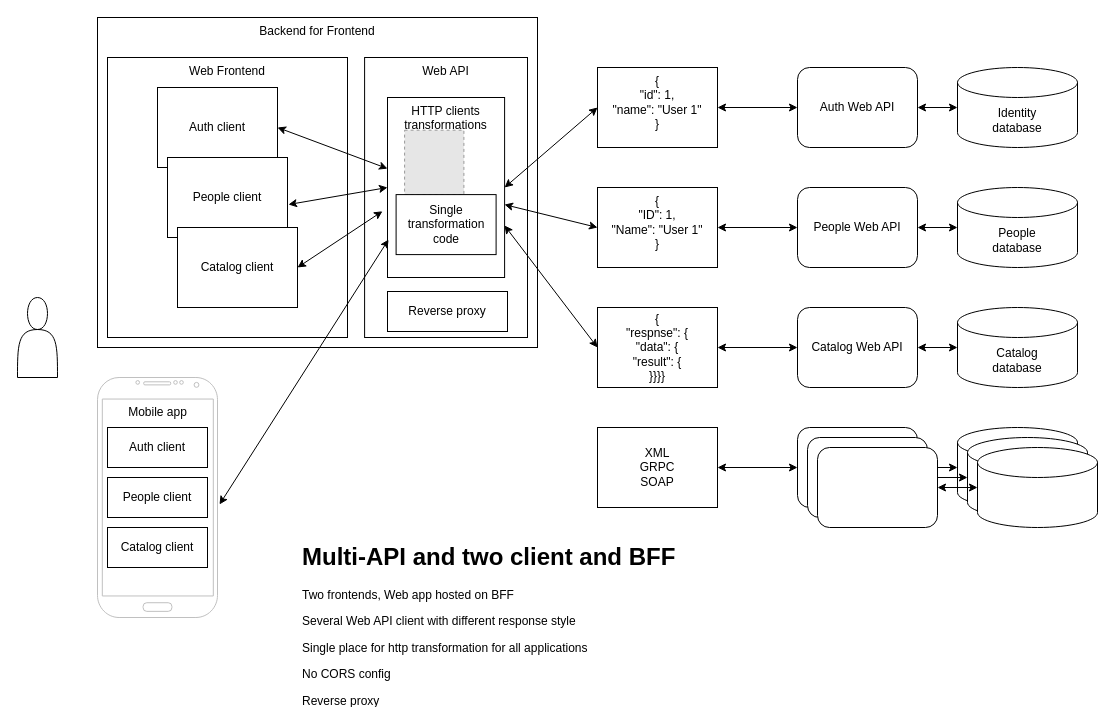
Above: page "4 - BFF" (4 of 4) of arch/Diagram.drawio in andtkach/FrontendStarter (draw.io), before the change. Source tidied: cells renumbered, new cells numbered last; positions are measured from the earlier drawing's top-left corner, leaving out a move shared by most shapes. Both pictures are drawn from the tidied source at 100%, with x=0, y=0 at pixel (17, 17). Pictures stored in the file or linked from it are replaced by grey dashed boxes.
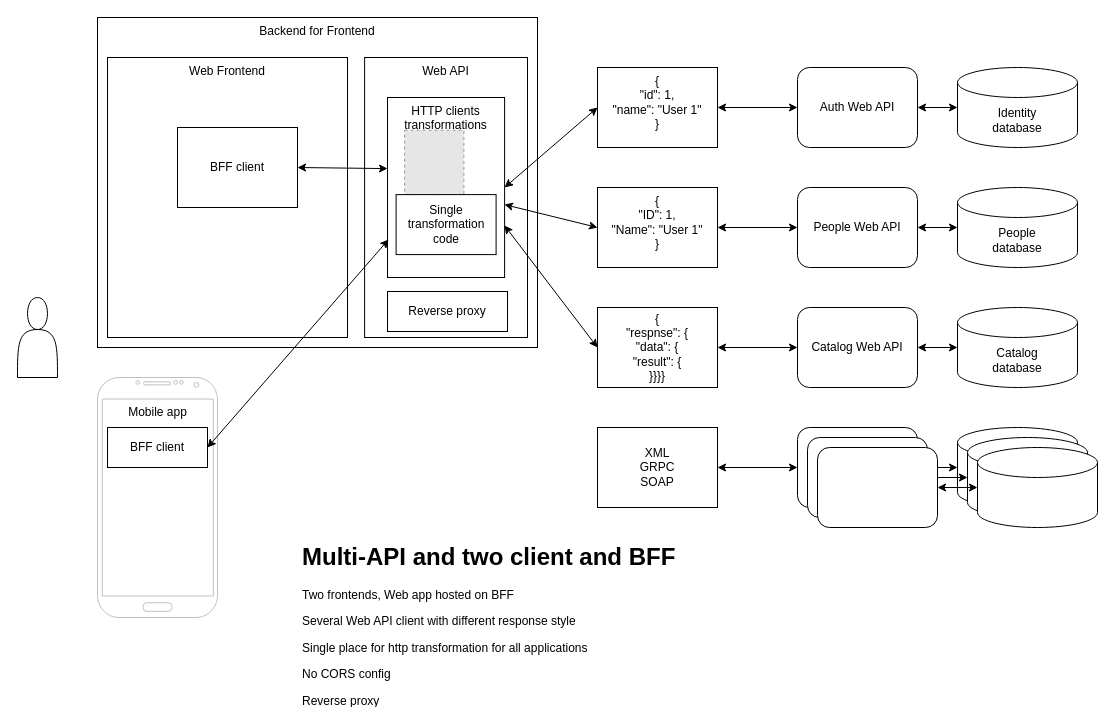
Above is the later version.

The change refers to these unchanged cells:
```xml
<mxCell id="30" style="verticalLabelPosition=bottom;verticalAlign=top;html=1;shadow=0;dashed=0;strokeWidth=1;shape=mxgraph.android.phone2;strokeColor=#c0c0c0;" parent="1" vertex="1">
  <mxGeometry x="80" y="360" width="120" height="240" as="geometry" />
</mxCell>
<mxCell id="40" value="HTTP clients&lt;br&gt;transformations" style="rounded=0;whiteSpace=wrap;html=1;verticalAlign=top;" parent="39" vertex="1">
  <mxGeometry width="117.1" height="180" as="geometry" />
</mxCell>
```

What changed in the source:
```diff
@@
-    <mxCell id="27" value="Auth client" style="rounded=0;whiteSpace=wrap;html=1;" parent="1" vertex="1">
-      <mxGeometry x="140" y="70" width="120" height="80" as="geometry" />
+    <mxCell id="27" value="BFF client" style="rounded=0;whiteSpace=wrap;html=1;" parent="1" vertex="1">
+      <mxGeometry x="160" y="110" width="120" height="80" as="geometry" />
     </mxCell>
-    <mxCell id="28" value="People client" style="rounded=0;whiteSpace=wrap;html=1;" parent="1" vertex="1">
-      <mxGeometry x="150" y="140" width="120" height="80" as="geometry" />
-    </mxCell>
-    <mxCell id="29" value="Catalog client" style="rounded=0;whiteSpace=wrap;html=1;" parent="1" vertex="1">
-      <mxGeometry x="160" y="210" width="120" height="80" as="geometry" />
-    </mxCell>
@@
-    <mxCell id="31" value="Auth client" style="rounded=0;whiteSpace=wrap;html=1;" parent="1" vertex="1">
+    <mxCell id="31" value="BFF client" style="rounded=0;whiteSpace=wrap;html=1;" parent="1" vertex="1">
       <mxGeometry x="90" y="410" width="100" height="40" as="geometry" />
     </mxCell>
-    <mxCell id="32" value="People client" style="rounded=0;whiteSpace=wrap;html=1;" parent="1" vertex="1">
-      <mxGeometry x="90" y="460" width="100" height="40" as="geometry" />
-    </mxCell>
-    <mxCell id="33" value="Catalog client" style="rounded=0;whiteSpace=wrap;html=1;" parent="1" vertex="1">
-      <mxGeometry x="90" y="510" width="100" height="40" as="geometry" />
-    </mxCell>
@@
-    <mxCell id="46" style="endArrow=classic;startArrow=classic;html=1;rounded=0;exitX=1.017;exitY=0.529;exitDx=0;exitDy=0;exitPerimeter=0;entryX=0.009;entryY=0.789;entryDx=0;entryDy=0;entryPerimeter=0;" parent="1" edge="1" source="30" target="40">
+    <mxCell id="46" style="endArrow=classic;startArrow=classic;html=1;rounded=0;exitX=1;exitY=0.5;exitDx=0;exitDy=0;entryX=0.009;entryY=0.789;entryDx=0;entryDy=0;entryPerimeter=0;" parent="1" edge="1" source="31" target="40">
       <mxGeometry relative="1" as="geometry" />
     </mxCell>
@@
-    <mxCell id="48" style="endArrow=classic;startArrow=classic;html=1;rounded=0;exitX=1.008;exitY=0.588;exitDx=0;exitDy=0;exitPerimeter=0;entryX=0;entryY=0.5;entryDx=0;entryDy=0;" parent="1" edge="1" source="28" target="40">
-      <mxGeometry relative="1" as="geometry" />
-    </mxCell>
-    <mxCell id="49" style="endArrow=classic;startArrow=classic;html=1;rounded=0;exitX=1;exitY=0.5;exitDx=0;exitDy=0;entryX=-0.043;entryY=0.632;entryDx=0;entryDy=0;entryPerimeter=0;" parent="1" edge="1" source="29" target="40">
-      <mxGeometry relative="1" as="geometry" />
-    </mxCell>
```
